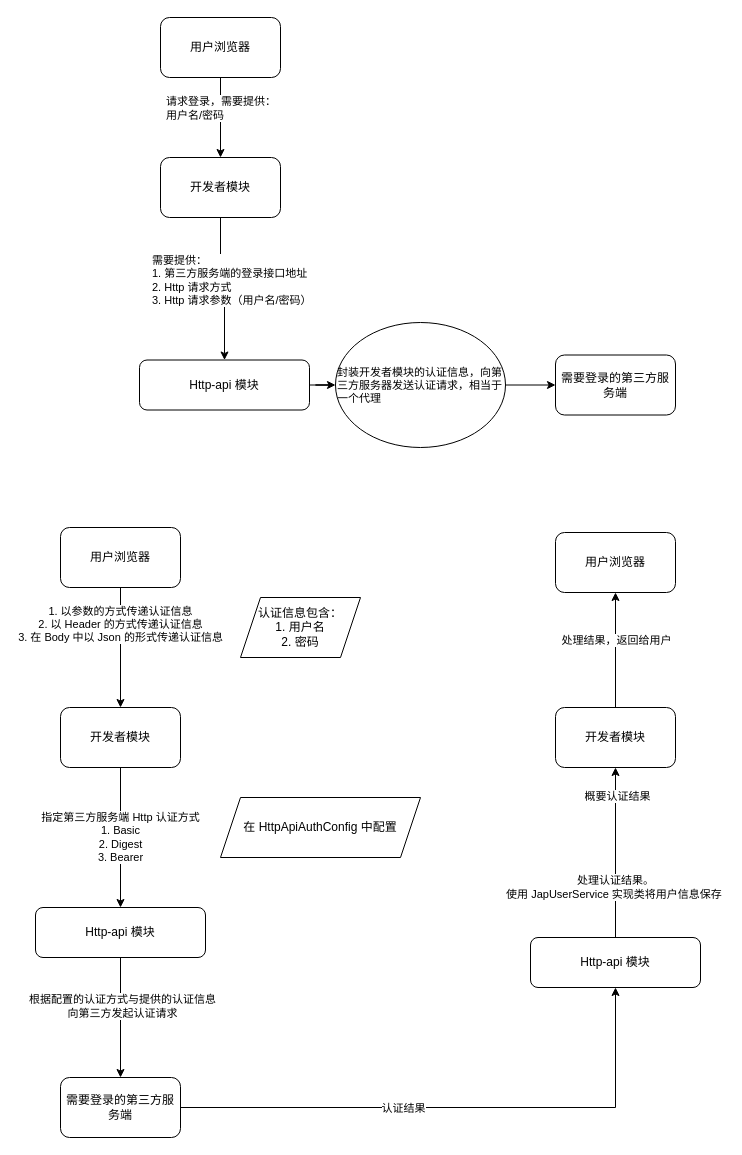
Above: http-api-design.drawio in Mvbbb/draw.io-diagrams (draw.io), before the change. Source tidied: cells renumbered, new cells numbered last; positions are measured from the earlier drawing's top-left corner, leaving out a move shared by most shapes. Both pictures are drawn from the tidied source at 100%, with x=0, y=0 at pixel (35, 17).
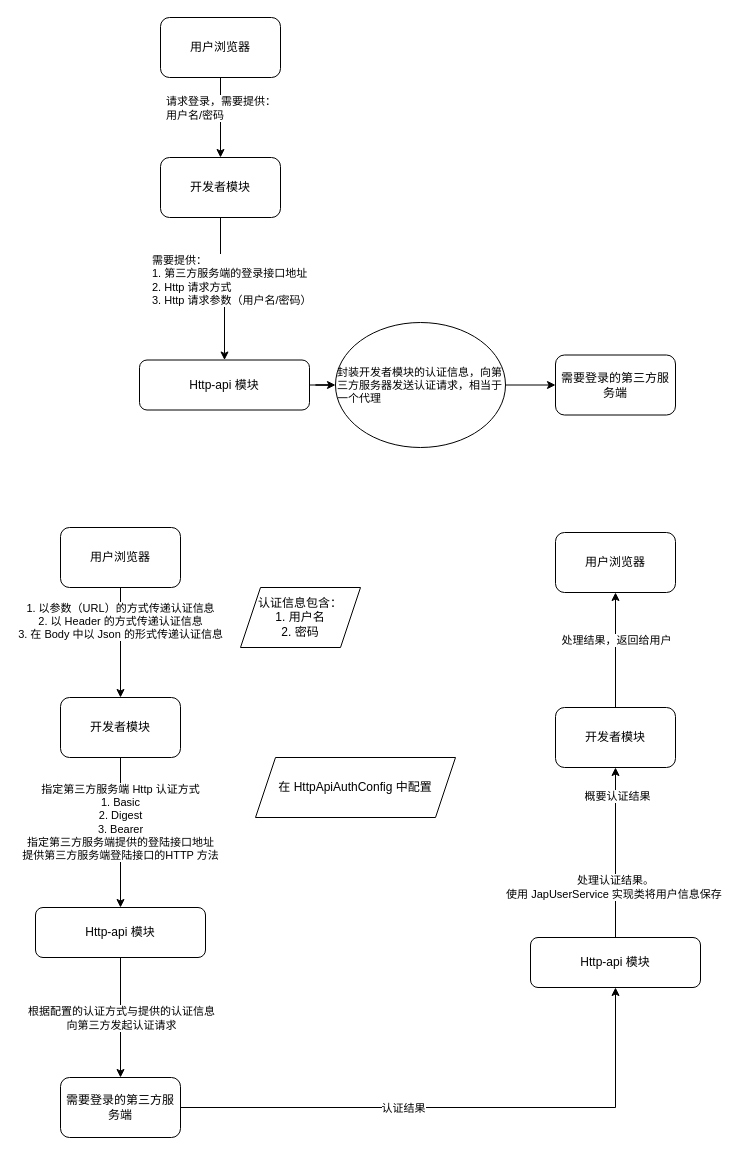
The same diagram, later.

Unchanged cells that the change refers to:
```xml
<mxCell id="13" style="edgeStyle=orthogonalEdgeStyle;rounded=0;jettySize=auto;html=1;entryX=0.5;entryY=0;entryDx=0;entryDy=0;" parent="1" edge="1" source="15" target="17">
  <mxGeometry relative="1" as="geometry" />
</mxCell>
<mxCell id="18" style="edgeStyle=orthogonalEdgeStyle;rounded=0;jettySize=auto;html=1;" parent="1" edge="1" source="20" target="23">
  <mxGeometry relative="1" as="geometry" />
</mxCell>
<mxCell id="20" value="Http-api 模块" style="rounded=1;whiteSpace=wrap;html=1;" parent="1" vertex="1">
  <mxGeometry y="890" width="170" height="50" as="geometry" />
</mxCell>
```

The edit, as a diff of the source:
```diff
@@
-    <mxCell id="14" value="1. 以参数的方式传递认证信息&lt;br&gt;2. 以 Header 的方式传递认证信息&lt;br&gt;3. 在 Body 中以 Json 的形式传递认证信息" style="edgeLabel;html=1;align=center;verticalAlign=middle;" parent="13" vertex="1">
+    <mxCell id="14" value="1. 以参数（URL）的方式传递认证信息&lt;br&gt;2. 以 Header 的方式传递认证信息&lt;br&gt;3. 在 Body 中以 Json 的形式传递认证信息" style="edgeLabel;html=1;align=center;verticalAlign=middle;" parent="13" vertex="1">
       <mxGeometry x="-0.4" y="-1" relative="1" as="geometry" />
     </mxCell>
@@
-    <mxCell id="16" value="指定第三方服务端 Http 认证方式&lt;br&gt;1. Basic&lt;br&gt;2. Digest&lt;br&gt;3. Bearer&lt;br&gt;" style="edgeStyle=orthogonalEdgeStyle;rounded=0;jettySize=auto;html=1;" parent="1" edge="1" source="17" target="20">
-      <mxGeometry relative="1" as="geometry" />
+    <mxCell id="16" value="指定第三方服务端 Http 认证方式&lt;br&gt;1. Basic&lt;br&gt;2. Digest&lt;br&gt;3. Bearer&lt;br&gt;指定第三方服务端提供的登陆接口地址&lt;br&gt;提供第三方服务端登陆接口的HTTP 方法&lt;br&gt;" style="edgeStyle=orthogonalEdgeStyle;rounded=0;jettySize=auto;html=1;" parent="1" edge="1" source="17" target="20">
+      <mxGeometry x="-0.14" relative="1" as="geometry" />
     </mxCell>
     <mxCell id="17" value="开发者模块" style="rounded=1;whiteSpace=wrap;html=1;" parent="1" vertex="1">
-      <mxGeometry x="25" y="690" width="120" height="60" as="geometry" />
+      <mxGeometry x="25" y="680" width="120" height="60" as="geometry" />
     </mxCell>
@@
     <mxCell id="19" value="根据配置的认证方式与提供的认证信息&lt;br&gt;向第三方发起认证请求" style="edgeLabel;html=1;align=center;verticalAlign=middle;" parent="18" vertex="1">
-      <mxGeometry x="-0.2" y="1" relative="1" as="geometry" />
+      <mxGeometry x="-0.2" y="1" relative="1" as="geometry">
+        <mxPoint x="-1" y="12" as="offset" />
+      </mxGeometry>
     </mxCell>
@@
     <mxCell id="24" value="认证信息包含：&lt;br&gt;1. 用户名&lt;br&gt;2. 密码" style="shape=parallelogram;perimeter=parallelogramPerimeter;whiteSpace=wrap;html=1;fixedSize=1;" parent="1" vertex="1">
-      <mxGeometry x="205" y="580" width="120" height="60" as="geometry" />
+      <mxGeometry x="205" y="570" width="120" height="60" as="geometry" />
     </mxCell>
     <mxCell id="25" value="在 HttpApiAuthConfig 中配置" style="shape=parallelogram;perimeter=parallelogramPerimeter;whiteSpace=wrap;html=1;fixedSize=1;" parent="1" vertex="1">
-      <mxGeometry x="185" y="780" width="200" height="60" as="geometry" />
+      <mxGeometry x="220" y="740" width="200" height="60" as="geometry" />
     </mxCell>
```
